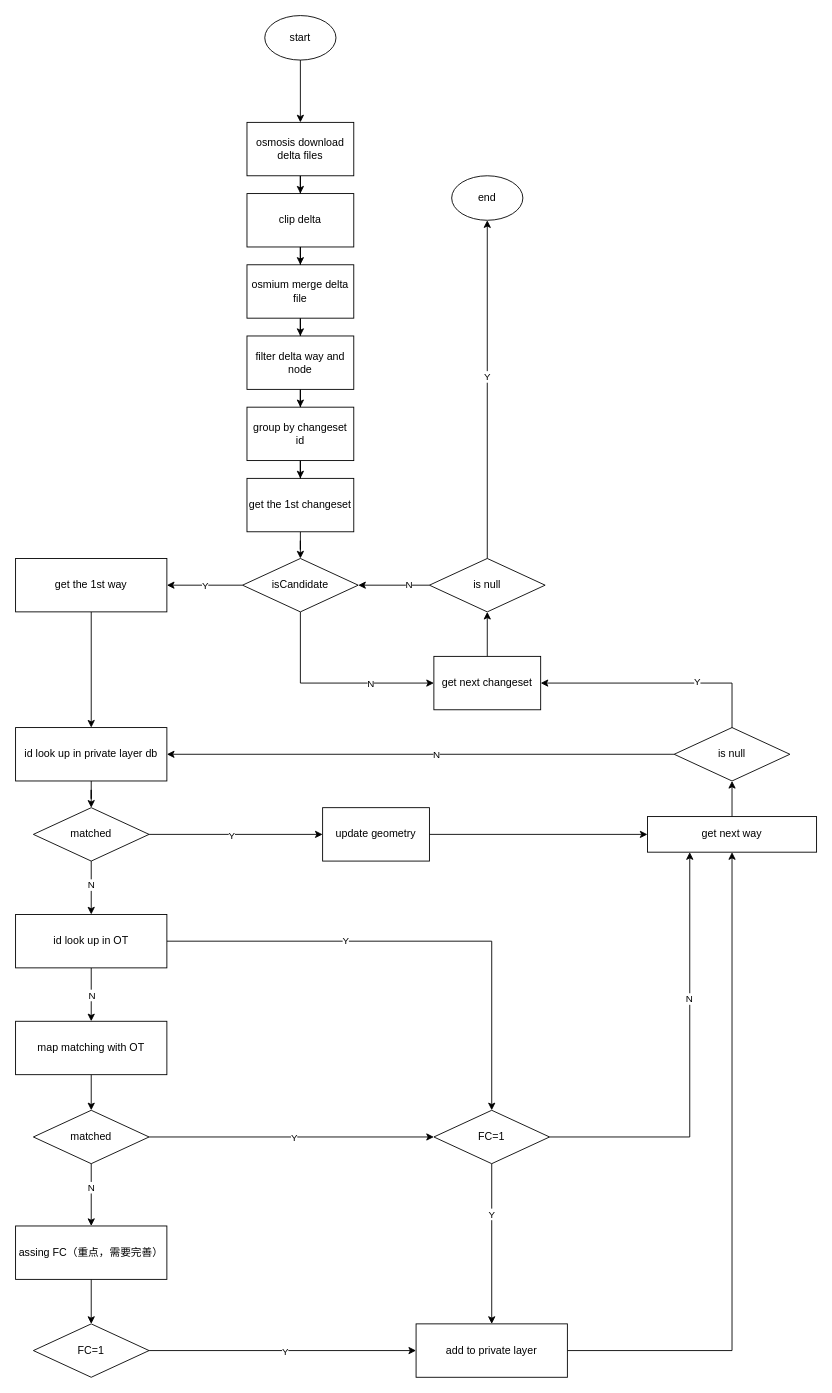
Above: expired fc changeset.drawio in 472542625/drawio (draw.io), before the change. Source tidied: cells renumbered, new cells numbered last; positions are measured from the earlier drawing's top-left corner, leaving out a move shared by most shapes. Both pictures are drawn from the tidied source at 89%, with x=0, y=0 at pixel (15, 15).
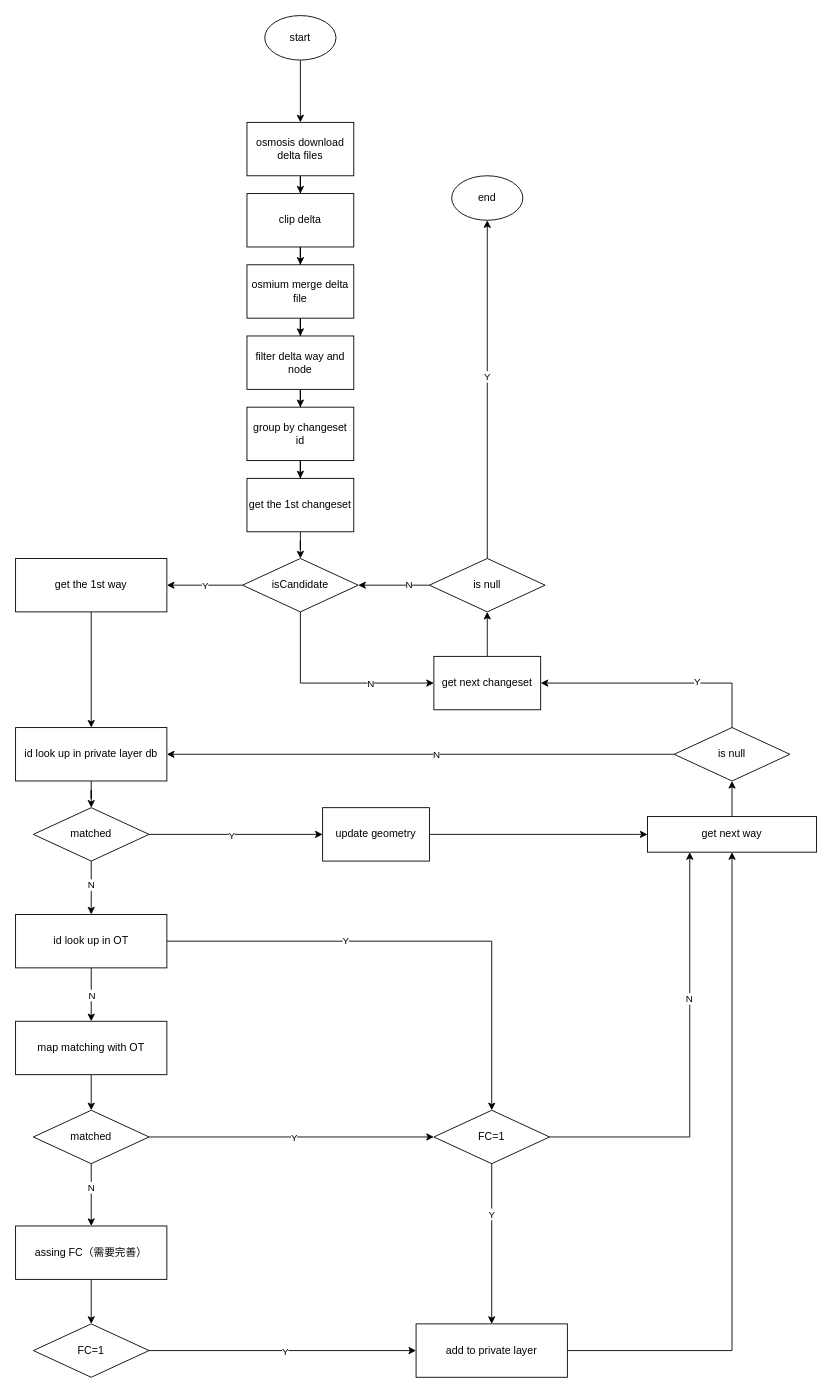
After the change.

What changed in the source:
```diff
@@
-    <mxCell id="50" value="assing FC（重点，需要完善）" style="whiteSpace=wrap;html=1;" parent="1" vertex="1">
+    <mxCell id="50" value="assing FC（需要完善）" style="whiteSpace=wrap;html=1;" parent="1" vertex="1">
       <mxGeometry y="1360" width="170" height="60" as="geometry" />
     </mxCell>
```
